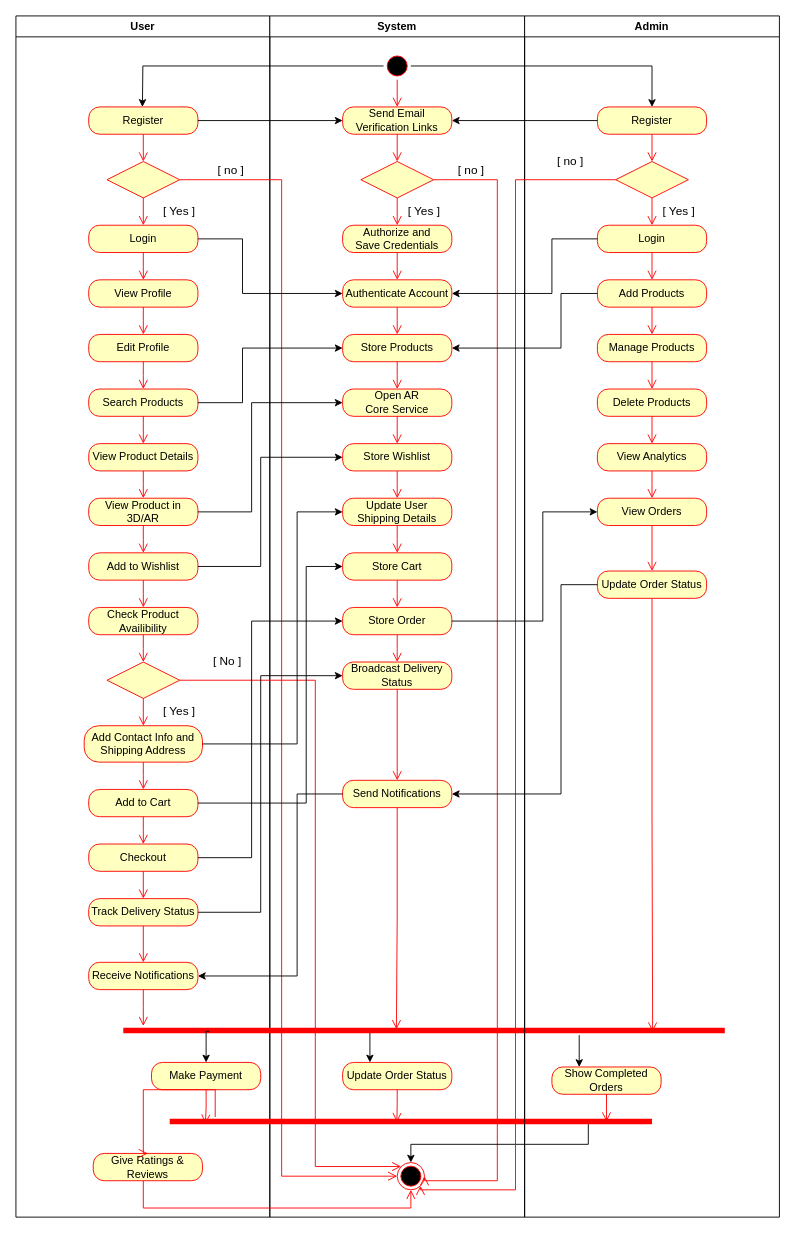
Above: activityDiagram.drawio in v1kasjaiswal/UnrealFurniture (draw.io), before the change. Source tidied: cells renumbered, new cells numbered last; positions are measured from the earlier drawing's top-left corner, leaving out a move shared by most shapes. Both pictures are drawn from the tidied source at 91%, with x=0, y=0 at pixel (15, 15).
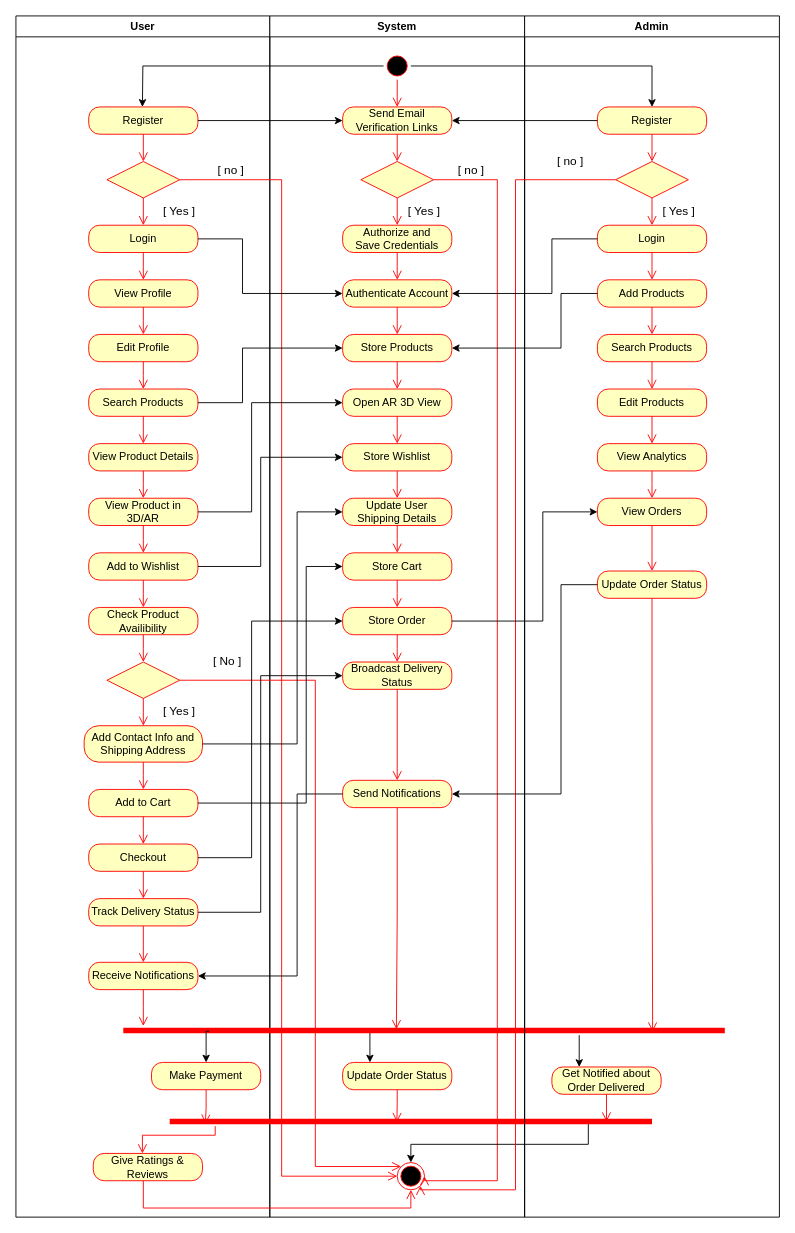
Above is the later version.

The change refers to these unchanged cells:
```xml
<mxCell id="32" value="Give Ratings &amp;amp; Reviews" style="rounded=1;whiteSpace=wrap;html=1;arcSize=40;fontColor=#000000;fillColor=#ffffc0;strokeColor=#ff0000;" parent="2" vertex="1">
  <mxGeometry x="85" y="1250" width="120" height="30" as="geometry" />
</mxCell>
<mxCell id="35" value="System" style="swimlane;whiteSpace=wrap;" parent="1" vertex="1">
  <mxGeometry x="279" width="280" height="1320" as="geometry" />
</mxCell>
<mxCell id="67" style="shape=line;html=1;strokeWidth=6;strokeColor=#ff0000;" parent="35" vertex="1">
  <mxGeometry x="-110" y="1210" width="530" height="10" as="geometry" />
</mxCell>
<mxCell id="78" value="Admin" style="swimlane;whiteSpace=wrap;startSize=23;" parent="1" vertex="1">
  <mxGeometry x="559" width="280" height="1320" as="geometry" />
</mxCell>
```

Diff of the diagram source:
```diff
@@
-    <mxCell id="50" value="Open AR&lt;br&gt;Core Service" style="rounded=1;whiteSpace=wrap;html=1;arcSize=40;fontColor=#000000;fillColor=#ffffc0;strokeColor=#ff0000;" parent="35" vertex="1">
+    <mxCell id="50" value="Open AR 3D View" style="rounded=1;whiteSpace=wrap;html=1;arcSize=40;fontColor=#000000;fillColor=#ffffc0;strokeColor=#ff0000;" parent="35" vertex="1">
       <mxGeometry x="80" y="410" width="120" height="30" as="geometry" />
     </mxCell>
@@
-    <mxCell id="69" value="Show Completed Orders" style="rounded=1;whiteSpace=wrap;html=1;arcSize=40;fontColor=#000000;fillColor=#ffffc0;strokeColor=#ff0000;" parent="35" vertex="1">
+    <mxCell id="69" value="Get Notified about Order Delivered" style="rounded=1;whiteSpace=wrap;html=1;arcSize=40;fontColor=#000000;fillColor=#ffffc0;strokeColor=#ff0000;" parent="35" vertex="1">
       <mxGeometry x="310" y="1155" width="120" height="30" as="geometry" />
     </mxCell>
@@
-    <mxCell id="87" value="Manage Products" style="rounded=1;whiteSpace=wrap;html=1;arcSize=40;fontColor=#000000;fillColor=#ffffc0;strokeColor=#ff0000;" parent="78" vertex="1">
+    <mxCell id="87" value="Search Products" style="rounded=1;whiteSpace=wrap;html=1;arcSize=40;fontColor=#000000;fillColor=#ffffc0;strokeColor=#ff0000;" parent="78" vertex="1">
       <mxGeometry x="80" y="350" width="120" height="30" as="geometry" />
     </mxCell>
@@
-    <mxCell id="89" value="Delete Products" style="rounded=1;whiteSpace=wrap;html=1;arcSize=40;fontColor=#000000;fillColor=#ffffc0;strokeColor=#ff0000;" parent="78" vertex="1">
+    <mxCell id="89" value="Edit Products" style="rounded=1;whiteSpace=wrap;html=1;arcSize=40;fontColor=#000000;fillColor=#ffffc0;strokeColor=#ff0000;" parent="78" vertex="1">
       <mxGeometry x="80" y="410" width="120" height="30" as="geometry" />
     </mxCell>
@@
-    <mxCell id="113" style="edgeStyle=orthogonalEdgeStyle;html=1;verticalAlign=bottom;endArrow=open;endSize=8;strokeColor=#ff0000;rounded=0;entryX=0.5;entryY=0;entryDx=0;entryDy=0;" parent="1" edge="1" source="67" target="32">
+    <mxCell id="113" style="edgeStyle=orthogonalEdgeStyle;html=1;verticalAlign=bottom;endArrow=open;endSize=8;strokeColor=#ff0000;rounded=0;" parent="1" edge="1" source="67">
       <mxGeometry relative="1" as="geometry">
+        <mxPoint x="139" y="1250" as="targetPoint" />
         <Array as="points">
-          <mxPoint x="219" y="1180" />
-          <mxPoint x="140" y="1180" />
+          <mxPoint x="219" y="1230" />
+          <mxPoint x="139" y="1230" />
         </Array>
       </mxGeometry>
     </mxCell>
```
